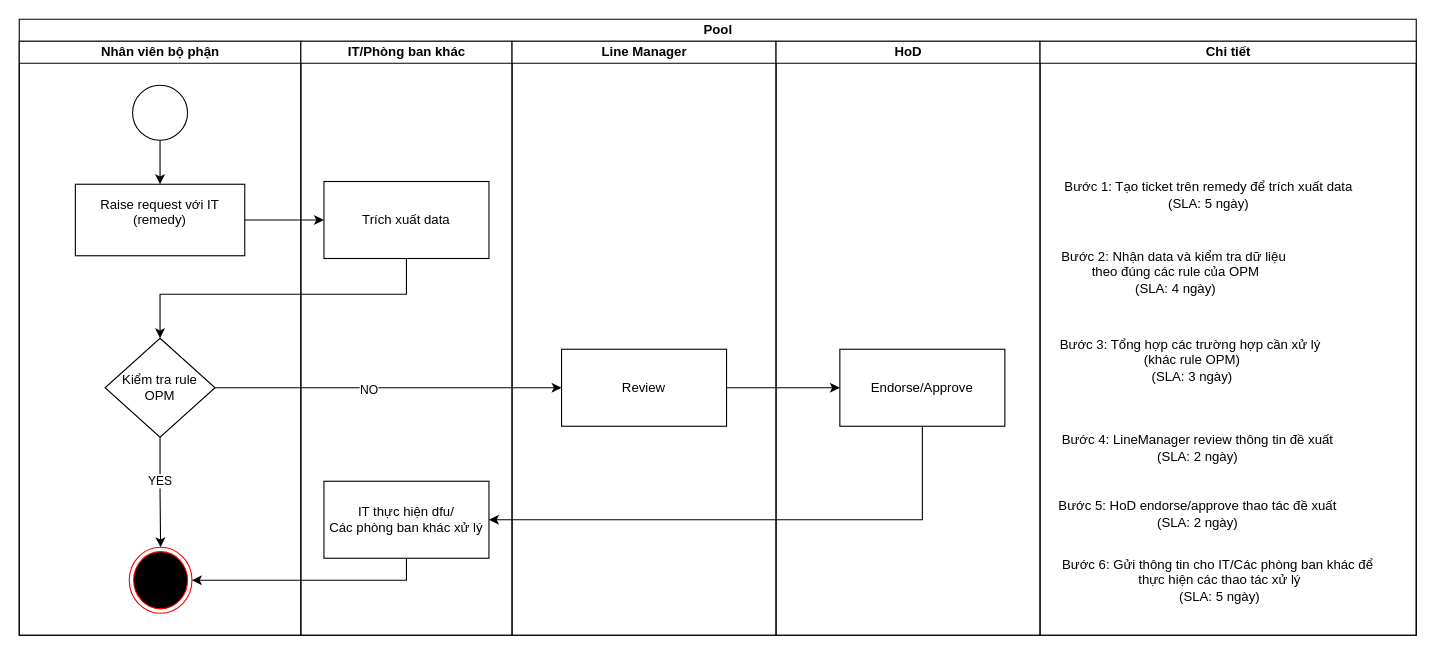
thanhluandhsp/litmos keeps this draw.io diagram as Biểu đồ không có tiêu đề.drawio. Above is the earlier version. Source tidied: cells renumbered, new cells numbered last; positions are measured from the earlier drawing's top-left corner, leaving out a move shared by most shapes. Both pictures are drawn from the tidied source at 110%, with x=0, y=0 at pixel (19, 19).
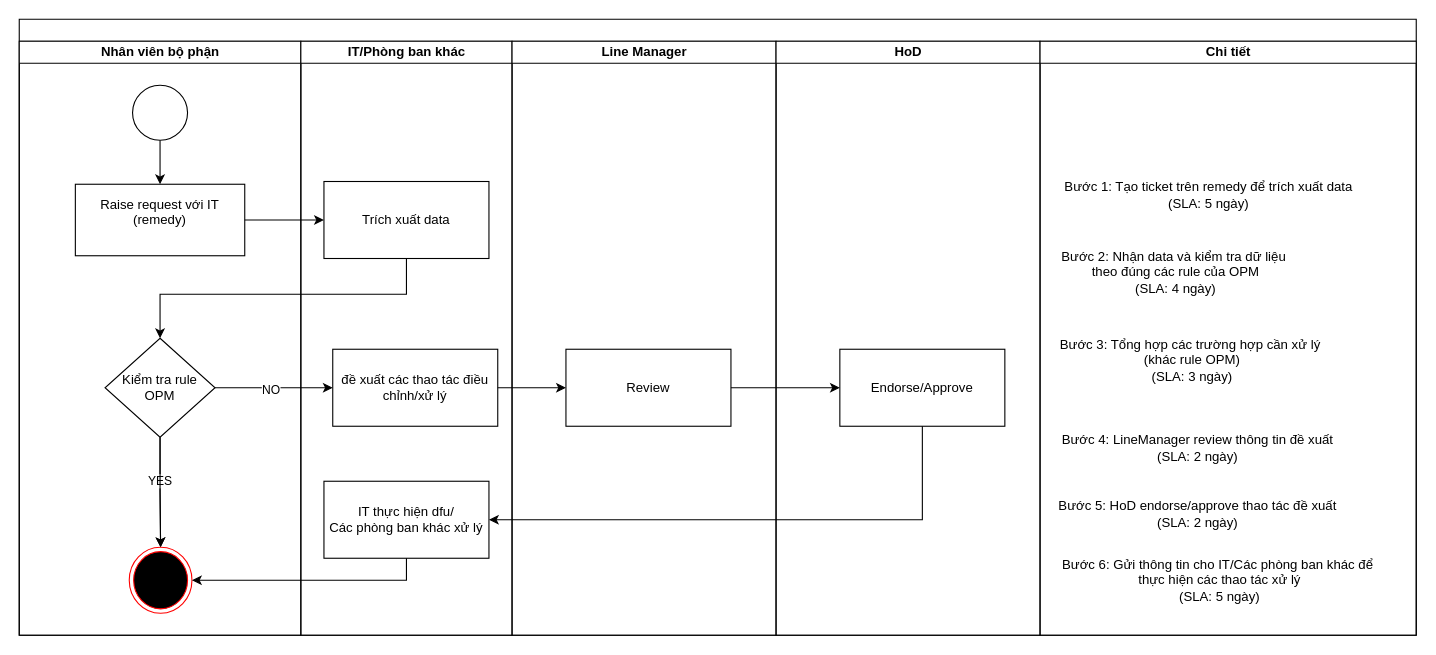
Above is the later version.

Commit message:
Cập nhật Biểu đồ không có tiêu đề.drawio

Unchanged cells that the change refers to:
```xml
<mxCell id="3" value="Nhân viên bộ phận" style="swimlane;startSize=20;html=1;" parent="2" vertex="1">
  <mxGeometry y="20" width="256" height="540" as="geometry" />
</mxCell>
<mxCell id="9" value="Kiểm tra rule OPM" style="rhombus;whiteSpace=wrap;html=1;" parent="3" vertex="1">
  <mxGeometry x="78" y="270" width="100" height="90" as="geometry" />
</mxCell>
<mxCell id="10" style="ellipse;html=1;shape=endState;fillColor=#000000;strokeColor=#ff0000;" parent="3" vertex="1">
  <mxGeometry x="100" y="460" width="57" height="60" as="geometry" />
</mxCell>
<mxCell id="11" value="IT/Phòng ban khác" style="swimlane;startSize=20;html=1;" parent="2" vertex="1">
  <mxGeometry x="256" y="20" width="192" height="540" as="geometry" />
</mxCell>
<mxCell id="14" value="Line Manager" style="swimlane;startSize=20;html=1;" parent="2" vertex="1">
  <mxGeometry x="448" y="20" width="240" height="540" as="geometry" />
</mxCell>
```

The edit, as a diff of the source:
```diff
@@
-    <mxCell id="2" value="Pool" style="swimlane;startSize=20;html=1;" parent="1" vertex="1">
+    <mxCell id="2" style="swimlane;startSize=20;html=1;" parent="1" vertex="1">
       <mxGeometry width="1270" height="560" as="geometry" />
     </mxCell>
@@
+    <mxCell id="32" style="edgeStyle=orthogonalEdgeStyle;rounded=0;jettySize=auto;html=1;" parent="3" edge="1" source="9" target="10">
+      <mxGeometry relative="1" as="geometry" />
+    </mxCell>
@@
+    <mxCell id="33" value="đề xuất các thao tác điều chỉnh/xử lý" style="rounded=0;whiteSpace=wrap;html=1;" parent="11" vertex="1">
+      <mxGeometry x="29" y="280" width="150" height="70" as="geometry" />
+    </mxCell>
@@
     <mxCell id="15" value="&lt;div&gt;Review&lt;/div&gt;" style="rounded=0;whiteSpace=wrap;html=1;" parent="14" vertex="1">
-      <mxGeometry x="45" y="280" width="150" height="70" as="geometry" />
+      <mxGeometry x="49" y="280" width="150" height="70" as="geometry" />
     </mxCell>
@@
-    <mxCell id="27" style="edgeStyle=orthogonalEdgeStyle;rounded=0;jettySize=auto;html=1;entryX=0;entryY=0.5;entryDx=0;entryDy=0;" parent="2" edge="1" source="9" target="15">
-      <mxGeometry relative="1" as="geometry" />
-    </mxCell>
-    <mxCell id="28" value="NO" style="edgeLabel;html=1;align=center;verticalAlign=middle;" parent="27" vertex="1">
-      <mxGeometry x="-0.11" y="-1" relative="1" as="geometry">
-        <mxPoint x="-1" as="offset" />
-      </mxGeometry>
-    </mxCell>
@@
+    <mxCell id="34" style="edgeStyle=orthogonalEdgeStyle;rounded=0;jettySize=auto;html=1;entryX=0;entryY=0.5;entryDx=0;entryDy=0;" parent="2" edge="1" source="9" target="33">
+      <mxGeometry relative="1" as="geometry" />
+    </mxCell>
+    <mxCell id="28" value="NO" style="edgeLabel;html=1;align=center;verticalAlign=middle;" parent="34" vertex="1">
+      <mxGeometry x="-0.06" y="-1" relative="1" as="geometry" />
+    </mxCell>
+    <mxCell id="35" style="edgeStyle=orthogonalEdgeStyle;rounded=0;jettySize=auto;html=1;entryX=0;entryY=0.5;entryDx=0;entryDy=0;" parent="2" edge="1" source="33" target="15">
+      <mxGeometry relative="1" as="geometry" />
+    </mxCell>
```
